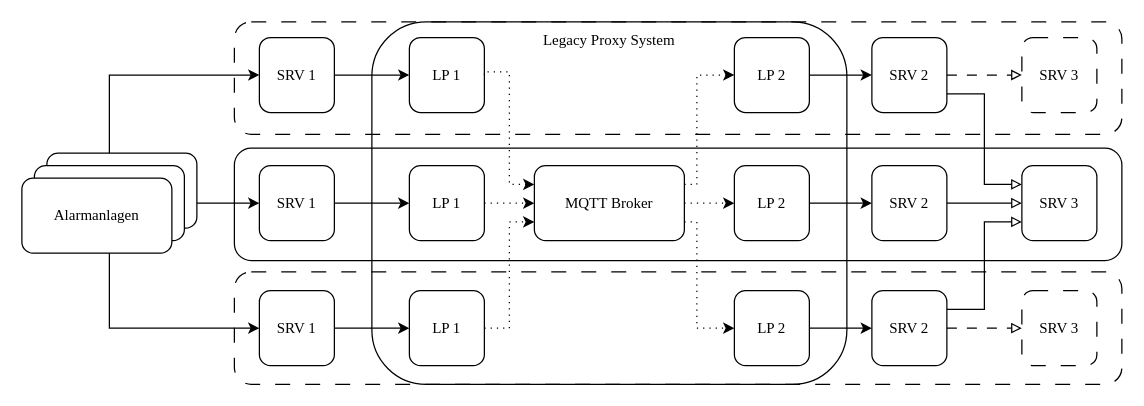
Earlier version of the draw.io diagram drawio/lps_super_squashed.drawio (JadKHaddad/MT). Source tidied: cells renumbered, new cells numbered last; positions are measured from the earlier drawing's top-left corner, leaving out a move shared by most shapes. Both pictures are drawn from the tidied source at 125%, with x=0, y=0 at pixel (21, 21).
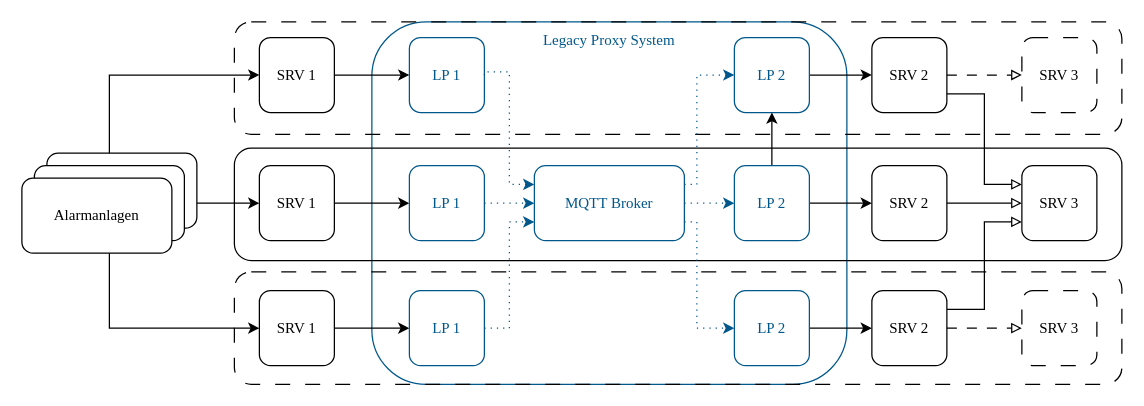
Above is the later version.

Diff of the diagram source:
```diff
@@
-    <mxCell id="2" style="rounded=1;whiteSpace=wrap;html=1;glass=0;shadow=0;roundedPerimeter=1;fontFamily=Times New Roman;" parent="1" vertex="1">
+    <mxCell id="2" style="rounded=1;whiteSpace=wrap;html=1;glass=0;shadow=0;roundedPerimeter=1;fontFamily=Times New Roman;strokeColor=light-dark(#00578A,#7EA6E0);fontColor=#00578A;" parent="1" vertex="1">
       <mxGeometry x="280" width="380" height="290" as="geometry" />
     </mxCell>
@@
-    <mxCell id="15" style="rounded=1;whiteSpace=wrap;html=1;labelPosition=center;verticalLabelPosition=middle;align=center;verticalAlign=middle;fillColor=none;dashed=1;dashPattern=12 12;fontFamily=Times New Roman;" parent="1" vertex="1">
+    <mxCell id="15" style="rounded=1;whiteSpace=wrap;html=1;labelPosition=center;verticalLabelPosition=middle;align=center;verticalAlign=middle;fillColor=none;dashed=1;dashPattern=12 12;fontFamily=Times New Roman;strokeColor=default;" parent="1" vertex="1">
       <mxGeometry x="170" y="200" width="710" height="90" as="geometry" />
     </mxCell>
@@
-    <mxCell id="26" value="LP 1" style="rounded=1;whiteSpace=wrap;html=1;fontFamily=Times New Roman;" parent="1" vertex="1">
+    <mxCell id="26" value="LP 1" style="rounded=1;whiteSpace=wrap;html=1;fontFamily=Times New Roman;strokeColor=light-dark(#00578A,#7EA6E0);fontColor=#00578A;" parent="1" vertex="1">
       <mxGeometry x="310" y="12.5" width="60" height="60" as="geometry" />
     </mxCell>
@@
-    <mxCell id="28" value="LP 2" style="rounded=1;whiteSpace=wrap;html=1;fontFamily=Times New Roman;" parent="1" vertex="1">
+    <mxCell id="28" value="LP 2" style="rounded=1;whiteSpace=wrap;html=1;fontFamily=Times New Roman;strokeColor=light-dark(#00578A,#7EA6E0);fontColor=#00578A;" parent="1" vertex="1">
       <mxGeometry x="570" y="12.5" width="60" height="60" as="geometry" />
     </mxCell>
-    <mxCell id="29" value="MQTT Broker" style="rounded=1;whiteSpace=wrap;html=1;fontFamily=Times New Roman;" parent="1" vertex="1">
+    <mxCell id="29" value="MQTT Broker" style="rounded=1;whiteSpace=wrap;html=1;fontFamily=Times New Roman;strokeColor=light-dark(#00578A,#7EA6E0);fontColor=#00578A;" parent="1" vertex="1">
       <mxGeometry x="410" y="115" width="120" height="60" as="geometry" />
     </mxCell>
@@
-    <mxCell id="32" style="edgeStyle=orthogonalEdgeStyle;rounded=0;jettySize=auto;html=1;exitX=1;exitY=0.5;exitDx=0;exitDy=0;entryX=0;entryY=0.5;entryDx=0;entryDy=0;dashed=1;dashPattern=1 4;fontFamily=Times New Roman;" parent="1" edge="1" source="38" target="29">
+    <mxCell id="32" style="edgeStyle=orthogonalEdgeStyle;rounded=0;jettySize=auto;html=1;exitX=1;exitY=0.5;exitDx=0;exitDy=0;entryX=0;entryY=0.5;entryDx=0;entryDy=0;dashed=1;dashPattern=1 4;fontFamily=Times New Roman;fontColor=light-dark(#007FFF,#00578A);strokeColor=light-dark(#00578A,#7EA6E0);" parent="1" edge="1" source="38" target="29">
       <mxGeometry relative="1" as="geometry" />
     </mxCell>
@@
+    <mxCell id="46" style="edgeStyle=orthogonalEdgeStyle;rounded=0;jettySize=auto;html=1;fontFamily=Times New Roman;" parent="1" edge="1" source="36" target="28">
+      <mxGeometry relative="1" as="geometry" />
+    </mxCell>
-    <mxCell id="36" value="LP 2" style="rounded=1;whiteSpace=wrap;html=1;fontFamily=Times New Roman;" parent="1" vertex="1">
+    <mxCell id="36" value="LP 2" style="rounded=1;whiteSpace=wrap;html=1;fontFamily=Times New Roman;strokeColor=light-dark(#00578A,#7EA6E0);fontColor=#00578A;" parent="1" vertex="1">
       <mxGeometry x="570" y="115" width="60" height="60" as="geometry" />
     </mxCell>
-    <mxCell id="37" value="LP 2" style="rounded=1;whiteSpace=wrap;html=1;fontFamily=Times New Roman;" parent="1" vertex="1">
+    <mxCell id="37" value="LP 2" style="rounded=1;whiteSpace=wrap;html=1;fontFamily=Times New Roman;strokeColor=light-dark(#00578A,#7EA6E0);fontColor=#00578A;" parent="1" vertex="1">
       <mxGeometry x="570" y="215" width="60" height="60" as="geometry" />
     </mxCell>
-    <mxCell id="38" value="LP 1" style="rounded=1;whiteSpace=wrap;html=1;fontFamily=Times New Roman;" parent="1" vertex="1">
+    <mxCell id="38" value="LP 1" style="rounded=1;whiteSpace=wrap;html=1;fontFamily=Times New Roman;strokeColor=light-dark(#00578A,#7EA6E0);fontColor=#00578A;" parent="1" vertex="1">
       <mxGeometry x="310" y="115" width="60" height="60" as="geometry" />
     </mxCell>
-    <mxCell id="39" value="LP 1" style="rounded=1;whiteSpace=wrap;html=1;fontFamily=Times New Roman;" parent="1" vertex="1">
+    <mxCell id="39" value="LP 1" style="rounded=1;whiteSpace=wrap;html=1;fontFamily=Times New Roman;strokeColor=light-dark(#00578A,#7EA6E0);fontColor=#00578A;" parent="1" vertex="1">
       <mxGeometry x="310" y="215" width="60" height="60" as="geometry" />
     </mxCell>
-    <mxCell id="40" style="edgeStyle=orthogonalEdgeStyle;rounded=0;jettySize=auto;html=1;exitX=1;exitY=0.5;exitDx=0;exitDy=0;entryX=0;entryY=0.5;entryDx=0;entryDy=0;dashed=1;dashPattern=1 4;fontFamily=Times New Roman;" parent="1" edge="1" source="29" target="36">
+    <mxCell id="40" style="edgeStyle=orthogonalEdgeStyle;rounded=0;jettySize=auto;html=1;exitX=1;exitY=0.5;exitDx=0;exitDy=0;entryX=0;entryY=0.5;entryDx=0;entryDy=0;dashed=1;dashPattern=1 4;fontFamily=Times New Roman;fontColor=light-dark(#007FFF,#00578A);strokeColor=light-dark(#00578A,#7EA6E0);" parent="1" edge="1" source="29" target="36">
       <mxGeometry relative="1" as="geometry" />
     </mxCell>
-    <mxCell id="41" style="edgeStyle=orthogonalEdgeStyle;rounded=0;jettySize=auto;html=1;exitX=1;exitY=0.75;exitDx=0;exitDy=0;entryX=0;entryY=0.5;entryDx=0;entryDy=0;dashed=1;dashPattern=1 4;fontFamily=Times New Roman;" parent="1" edge="1" source="29" target="37">
+    <mxCell id="41" style="edgeStyle=orthogonalEdgeStyle;rounded=0;jettySize=auto;html=1;exitX=1;exitY=0.75;exitDx=0;exitDy=0;entryX=0;entryY=0.5;entryDx=0;entryDy=0;dashed=1;dashPattern=1 4;fontFamily=Times New Roman;fontColor=light-dark(#007FFF,#00578A);strokeColor=light-dark(#00578A,#7EA6E0);" parent="1" edge="1" source="29" target="37">
       <mxGeometry x="0.56" relative="1" as="geometry">
         <Array as="points">
           <mxPoint x="540" y="160" />
           <mxPoint x="540" y="245" />
         </Array>
       </mxGeometry>
     </mxCell>
-    <mxCell id="42" style="edgeStyle=orthogonalEdgeStyle;rounded=0;jettySize=auto;html=1;exitX=1;exitY=0.25;exitDx=0;exitDy=0;entryX=0;entryY=0.5;entryDx=0;entryDy=0;dashed=1;dashPattern=1 4;fontFamily=Times New Roman;" parent="1" edge="1" source="29" target="28">
+    <mxCell id="42" style="edgeStyle=orthogonalEdgeStyle;rounded=0;jettySize=auto;html=1;exitX=1;exitY=0.25;exitDx=0;exitDy=0;entryX=0;entryY=0.5;entryDx=0;entryDy=0;dashed=1;dashPattern=1 4;fontFamily=Times New Roman;fontColor=light-dark(#007FFF,#00578A);strokeColor=light-dark(#00578A,#7EA6E0);" parent="1" edge="1" source="29" target="28">
       <mxGeometry x="0.69" relative="1" as="geometry">
         <Array as="points">
           <mxPoint x="540" y="130" />
           <mxPoint x="540" y="42.5" />
         </Array>
       </mxGeometry>
     </mxCell>
-    <mxCell id="43" style="edgeStyle=orthogonalEdgeStyle;rounded=0;jettySize=auto;html=1;exitX=1;exitY=0.5;exitDx=0;exitDy=0;entryX=0;entryY=0.25;entryDx=0;entryDy=0;dashed=1;dashPattern=1 4;fontFamily=Times New Roman;" parent="1" edge="1" source="26" target="29">
+    <mxCell id="43" style="edgeStyle=orthogonalEdgeStyle;rounded=0;jettySize=auto;html=1;exitX=1;exitY=0.5;exitDx=0;exitDy=0;entryX=0;entryY=0.25;entryDx=0;entryDy=0;dashed=1;dashPattern=1 4;fontFamily=Times New Roman;fontColor=light-dark(#007FFF,#00578A);strokeColor=light-dark(#00578A,#7EA6E0);" parent="1" edge="1" source="26" target="29">
       <mxGeometry x="-0.69" relative="1" as="geometry">
         <Array as="points">
           <mxPoint x="370" y="40" />
           <mxPoint x="390" y="40" />
           <mxPoint x="390" y="130" />
         </Array>
       </mxGeometry>
     </mxCell>
-    <mxCell id="44" style="edgeStyle=orthogonalEdgeStyle;rounded=0;jettySize=auto;html=1;exitX=1;exitY=0.5;exitDx=0;exitDy=0;entryX=0;entryY=0.75;entryDx=0;entryDy=0;dashed=1;dashPattern=1 4;fontFamily=Times New Roman;" parent="1" edge="1" source="39" target="29">
+    <mxCell id="44" style="edgeStyle=orthogonalEdgeStyle;rounded=0;jettySize=auto;html=1;exitX=1;exitY=0.5;exitDx=0;exitDy=0;entryX=0;entryY=0.75;entryDx=0;entryDy=0;dashed=1;dashPattern=1 4;fontFamily=Times New Roman;fontColor=light-dark(#007FFF,#00578A);strokeColor=light-dark(#00578A,#7EA6E0);" parent="1" edge="1" source="39" target="29">
       <mxGeometry x="-0.54" relative="1" as="geometry" />
     </mxCell>
-    <mxCell id="45" value="Legacy Proxy System" style="text;html=1;whiteSpace=wrap;strokeColor=none;fillColor=none;align=center;verticalAlign=middle;rounded=0;fontFamily=Times New Roman;" parent="1" vertex="1">
+    <mxCell id="45" value="Legacy Proxy System" style="text;html=1;whiteSpace=wrap;strokeColor=none;fillColor=none;align=center;verticalAlign=middle;rounded=0;fontFamily=Times New Roman;fontColor=#00578A;" parent="1" vertex="1">
       <mxGeometry x="385" width="170" height="30" as="geometry" />
     </mxCell>
```
